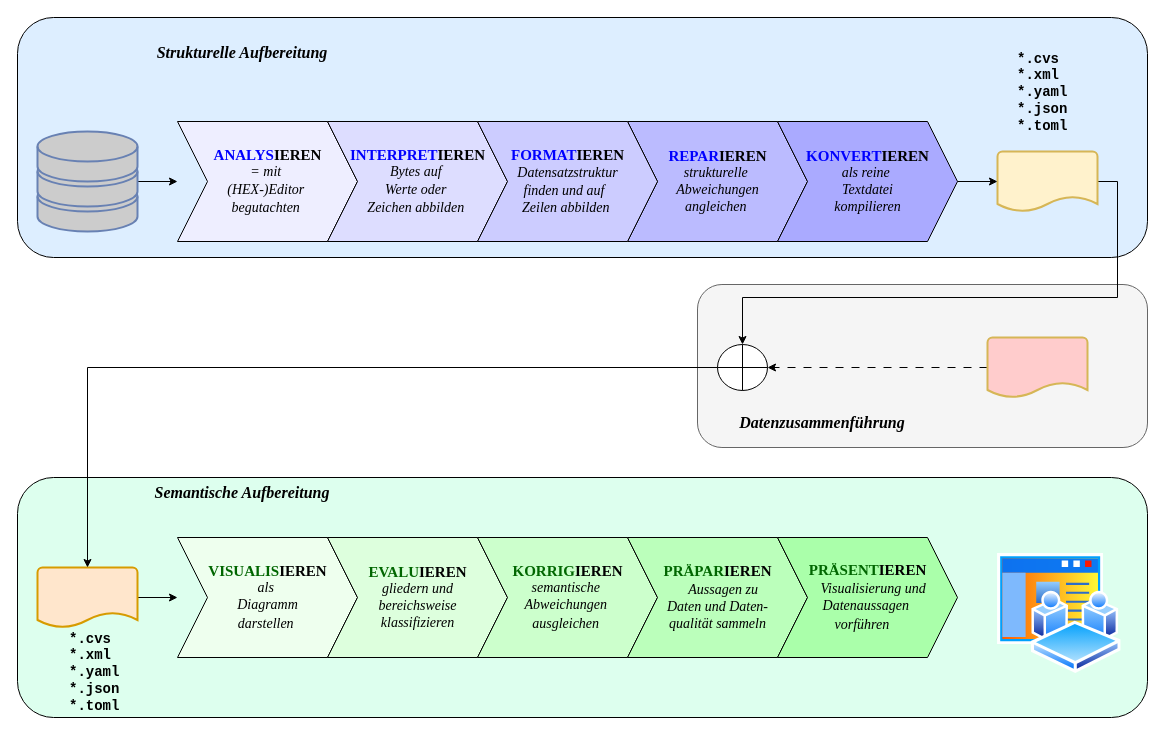
Before: sources/lf.11c/img.lf/da-phases.drawio in pro-tirone-computatri/protico.ltx, a draw.io diagram. Source tidied: cells renumbered, new cells numbered last; positions are measured from the earlier drawing's top-left corner, leaving out a move shared by most shapes. Both pictures are drawn from the tidied source at 100%, with x=0, y=0 at pixel (17, 17).
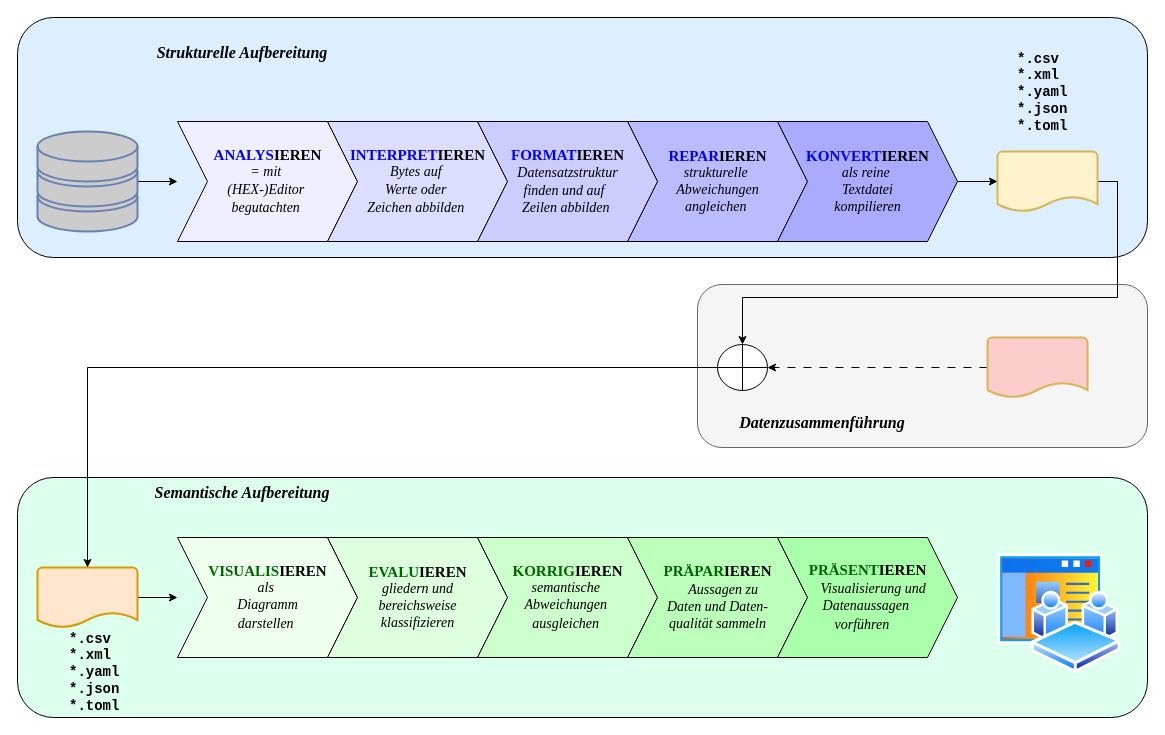
The same diagram, later.

The edit, as a diff of the source:
```diff
@@
-    <mxCell id="20" value="&lt;div style=&quot;&quot;&gt;&lt;b style=&quot;font-size: 14px; font-family: &amp;quot;Courier New&amp;quot;; background-color: initial;&quot;&gt;*.cvs&lt;/b&gt;&lt;/div&gt;&lt;div style=&quot;&quot;&gt;&lt;b style=&quot;font-size: 14px; font-family: &amp;quot;Courier New&amp;quot;; background-color: initial;&quot;&gt;*.xml&lt;/b&gt;&lt;/div&gt;&lt;div&gt;&lt;font face=&quot;Courier New&quot;&gt;&lt;span style=&quot;font-size: 14px;&quot;&gt;&lt;b&gt;*.yaml&lt;/b&gt;&lt;/span&gt;&lt;/font&gt;&lt;/div&gt;&lt;div&gt;&lt;font face=&quot;Courier New&quot;&gt;&lt;span style=&quot;font-size: 14px;&quot;&gt;&lt;b&gt;*.json&lt;/b&gt;&lt;/span&gt;&lt;/font&gt;&lt;/div&gt;&lt;div&gt;&lt;font face=&quot;Courier New&quot;&gt;&lt;span style=&quot;font-size: 14px;&quot;&gt;&lt;b&gt;*.toml&lt;/b&gt;&lt;/span&gt;&lt;/font&gt;&lt;/div&gt;" style="text;html=1;align=left;verticalAlign=middle;whiteSpace=wrap;rounded=0;" parent="1" vertex="1">
+    <mxCell id="20" value="&lt;div style=&quot;&quot;&gt;&lt;b style=&quot;font-size: 14px; font-family: &amp;quot;Courier New&amp;quot;; background-color: initial;&quot;&gt;*.csv&lt;/b&gt;&lt;/div&gt;&lt;div style=&quot;&quot;&gt;&lt;b style=&quot;font-size: 14px; font-family: &amp;quot;Courier New&amp;quot;; background-color: initial;&quot;&gt;*.xml&lt;/b&gt;&lt;/div&gt;&lt;div&gt;&lt;font face=&quot;Courier New&quot;&gt;&lt;span style=&quot;font-size: 14px;&quot;&gt;&lt;b&gt;*.yaml&lt;/b&gt;&lt;/span&gt;&lt;/font&gt;&lt;/div&gt;&lt;div&gt;&lt;font face=&quot;Courier New&quot;&gt;&lt;span style=&quot;font-size: 14px;&quot;&gt;&lt;b&gt;*.json&lt;/b&gt;&lt;/span&gt;&lt;/font&gt;&lt;/div&gt;&lt;div&gt;&lt;font face=&quot;Courier New&quot;&gt;&lt;span style=&quot;font-size: 14px;&quot;&gt;&lt;b&gt;*.toml&lt;/b&gt;&lt;/span&gt;&lt;/font&gt;&lt;/div&gt;" style="text;html=1;align=left;verticalAlign=middle;whiteSpace=wrap;rounded=0;" parent="1" vertex="1">
       <mxGeometry x="997.5" y="30" width="65" height="90" as="geometry" />
     </mxCell>
@@
-    <mxCell id="23" value="&lt;div style=&quot;&quot;&gt;&lt;b style=&quot;font-size: 14px; font-family: &amp;quot;Courier New&amp;quot;; background-color: initial;&quot;&gt;*.cvs&lt;/b&gt;&lt;/div&gt;&lt;div style=&quot;&quot;&gt;&lt;b style=&quot;font-size: 14px; font-family: &amp;quot;Courier New&amp;quot;; background-color: initial;&quot;&gt;*.xml&lt;/b&gt;&lt;/div&gt;&lt;div&gt;&lt;font face=&quot;Courier New&quot;&gt;&lt;span style=&quot;font-size: 14px;&quot;&gt;&lt;b&gt;*.yaml&lt;/b&gt;&lt;/span&gt;&lt;/font&gt;&lt;/div&gt;&lt;div&gt;&lt;font face=&quot;Courier New&quot;&gt;&lt;span style=&quot;font-size: 14px;&quot;&gt;&lt;b&gt;*.json&lt;/b&gt;&lt;/span&gt;&lt;/font&gt;&lt;/div&gt;&lt;div&gt;&lt;font face=&quot;Courier New&quot;&gt;&lt;span style=&quot;font-size: 14px;&quot;&gt;&lt;b&gt;*.toml&lt;/b&gt;&lt;/span&gt;&lt;/font&gt;&lt;/div&gt;" style="text;html=1;align=left;verticalAlign=middle;whiteSpace=wrap;rounded=0;" parent="1" vertex="1">
+    <mxCell id="23" value="&lt;div style=&quot;&quot;&gt;&lt;b style=&quot;font-size: 14px; font-family: &amp;quot;Courier New&amp;quot;; background-color: initial;&quot;&gt;*.csv&lt;/b&gt;&lt;/div&gt;&lt;div style=&quot;&quot;&gt;&lt;b style=&quot;font-size: 14px; font-family: &amp;quot;Courier New&amp;quot;; background-color: initial;&quot;&gt;*.xml&lt;/b&gt;&lt;/div&gt;&lt;div&gt;&lt;font face=&quot;Courier New&quot;&gt;&lt;span style=&quot;font-size: 14px;&quot;&gt;&lt;b&gt;*.yaml&lt;/b&gt;&lt;/span&gt;&lt;/font&gt;&lt;/div&gt;&lt;div&gt;&lt;font face=&quot;Courier New&quot;&gt;&lt;span style=&quot;font-size: 14px;&quot;&gt;&lt;b&gt;*.json&lt;/b&gt;&lt;/span&gt;&lt;/font&gt;&lt;/div&gt;&lt;div&gt;&lt;font face=&quot;Courier New&quot;&gt;&lt;span style=&quot;font-size: 14px;&quot;&gt;&lt;b&gt;*.toml&lt;/b&gt;&lt;/span&gt;&lt;/font&gt;&lt;/div&gt;" style="text;html=1;align=left;verticalAlign=middle;whiteSpace=wrap;rounded=0;" parent="1" vertex="1">
       <mxGeometry x="50" y="610" width="65" height="90" as="geometry" />
     </mxCell>
```
